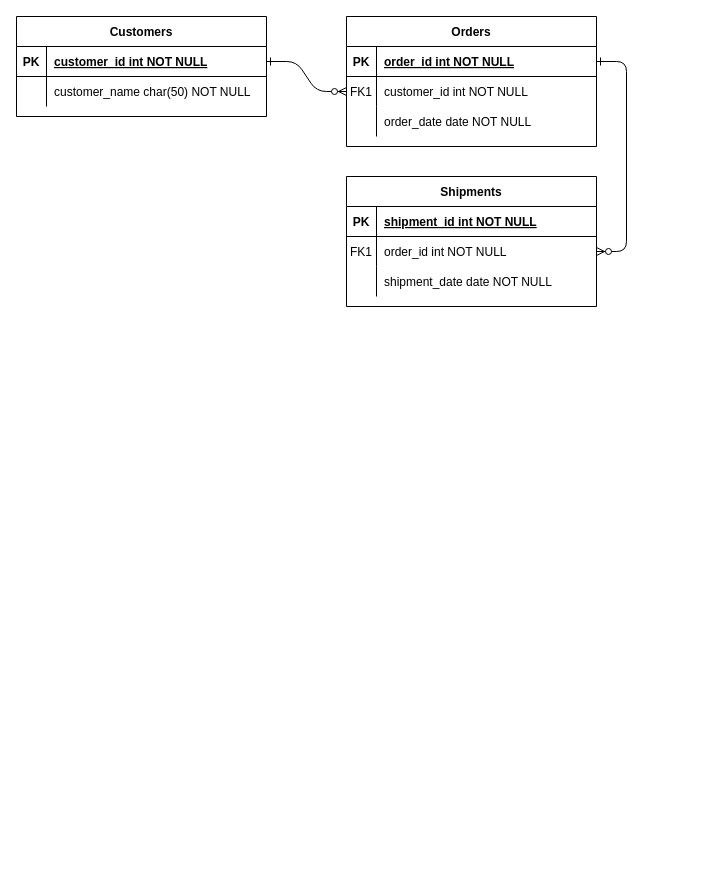
marcosrib/Digrama-entidade-samp-storage keeps this draw.io diagram as Untitled Diagram.drawio. Above is the earlier version. Source tidied: cells renumbered, new cells numbered last; positions are measured from the earlier drawing's top-left corner, leaving out a move shared by most shapes. Both pictures are drawn from the tidied source at 100%, with x=0, y=0 at pixel (16, 16).
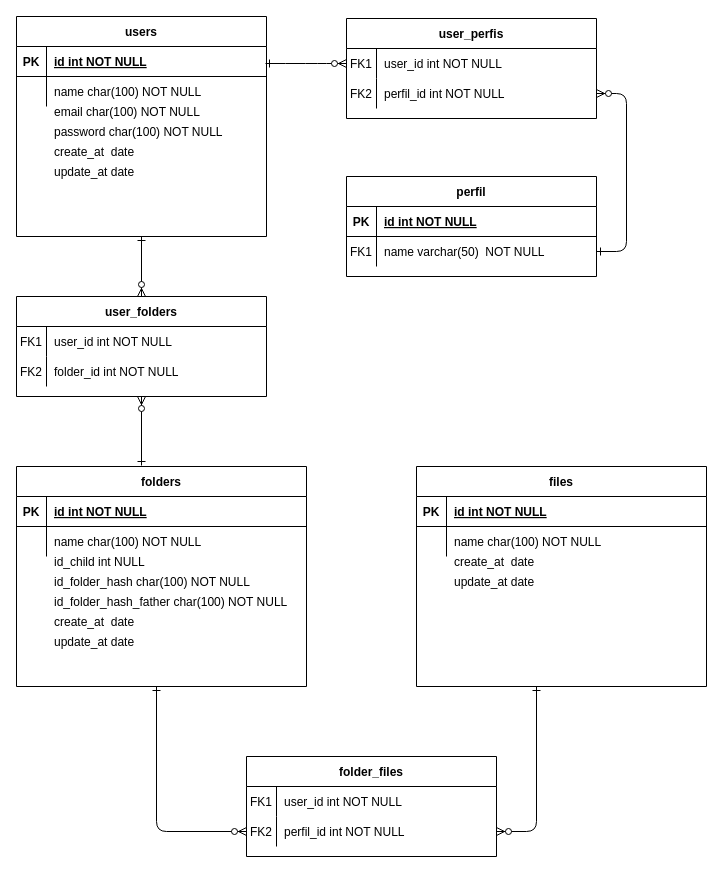
Above is the later version.

The change refers to these unchanged cells:
```xml
<mxCell id="15" style="shape=partialRectangle;fillColor=none;top=0;left=0;right=0;bottom=1;" parent="14" vertex="1">
  <mxGeometry y="30" width="250" height="30" as="geometry" />
</mxCell>
<mxCell id="18" style="shape=partialRectangle;fillColor=none;points=[[0,0.5],[1,0.5]];portConstraint=eastwest;top=0;left=0;right=0;bottom=0;" parent="14" vertex="1">
  <mxGeometry y="60" width="250" height="30" as="geometry" />
</mxCell>
<mxCell id="25" style="shape=partialRectangle;fillColor=none;points=[[0,0.5],[1,0.5]];portConstraint=eastwest;top=0;left=0;right=0;bottom=1;" parent="24" vertex="1">
  <mxGeometry y="30" width="250" height="30" as="geometry" />
</mxCell>
<mxCell id="28" style="shape=partialRectangle;fillColor=none;top=0;left=0;right=0;bottom=0;" parent="24" vertex="1">
  <mxGeometry y="60" width="250" height="30" as="geometry" />
</mxCell>
```

Change to the diagram source:
```diff
@@
-    <mxCell id="2" style="edgeStyle=entityRelationEdgeStyle;endArrow=ERzeroToMany;startArrow=ERone;endFill=1;startFill=0;" parent="1" edge="1" source="25" target="8">
-      <mxGeometry relative="1" as="geometry" />
+    <mxCell id="2" style="edgeStyle=entityRelationEdgeStyle;endArrow=ERzeroToMany;startArrow=ERone;endFill=1;startFill=0;entryX=0;entryY=0.5;entryDx=0;entryDy=0;" parent="1" edge="1" target="8">
+      <mxGeometry relative="1" as="geometry">
+        <mxPoint x="249" y="47" as="sourcePoint" />
+      </mxGeometry>
     </mxCell>
-    <mxCell id="3" style="edgeStyle=entityRelationEdgeStyle;endArrow=ERzeroToMany;startArrow=ERone;endFill=1;startFill=0;" parent="1" edge="1" source="5" target="18">
-      <mxGeometry relative="1" as="geometry" />
-    </mxCell>
-    <mxCell id="4" value="Orders" style="shape=table;startSize=30;childLayout=tableLayout;rowLines=0;fontStyle=1;align=center;" parent="1" vertex="1">
-      <mxGeometry x="330" width="250" height="130" as="geometry" />
+    <mxCell id="4" value="user_perfis" style="shape=table;startSize=30;childLayout=tableLayout;rowLines=0;fontStyle=1;align=center;" parent="1" vertex="1">
+      <mxGeometry x="330" y="2" width="250" height="100" as="geometry" />
     </mxCell>
-    <mxCell id="5" style="shape=partialRectangle;fillColor=none;points=[[0,0.5],[1,0.5]];portConstraint=eastwest;top=0;left=0;right=0;bottom=1;" parent="4" vertex="1">
-      <mxGeometry y="30" width="250" height="30" as="geometry" />
-    </mxCell>
-    <mxCell id="6" value="PK" style="shape=partialRectangle;overflow=hidden;fillColor=none;top=0;left=0;bottom=0;right=0;fontStyle=1;" parent="5" vertex="1">
-      <mxGeometry width="30" height="30" as="geometry" />
-    </mxCell>
-    <mxCell id="7" value="order_id int NOT NULL " style="shape=partialRectangle;overflow=hidden;fillColor=none;top=0;left=0;bottom=0;right=0;align=left;spacingLeft=6;fontStyle=5;" parent="5" vertex="1">
-      <mxGeometry x="30" width="220" height="30" as="geometry" />
-    </mxCell>
     <mxCell id="8" style="shape=partialRectangle;fillColor=none;points=[[0,0.5],[1,0.5]];portConstraint=eastwest;top=0;left=0;right=0;bottom=0;" parent="4" vertex="1">
-      <mxGeometry y="60" width="250" height="30" as="geometry" />
+      <mxGeometry y="30" width="250" height="30" as="geometry" />
     </mxCell>
@@
-    <mxCell id="10" value="customer_id int NOT NULL" style="shape=partialRectangle;overflow=hidden;fillColor=none;top=0;left=0;bottom=0;right=0;align=left;spacingLeft=6;" parent="8" vertex="1">
+    <mxCell id="10" value="user_id int NOT NULL" style="shape=partialRectangle;overflow=hidden;fillColor=none;top=0;left=0;bottom=0;right=0;align=left;spacingLeft=6;" parent="8" vertex="1">
       <mxGeometry x="30" width="220" height="30" as="geometry" />
     </mxCell>
     <mxCell id="11" style="shape=partialRectangle;fillColor=none;points=[[0,0.5],[1,0.5]];portConstraint=eastwest;top=0;left=0;right=0;bottom=0;" parent="4" vertex="1">
-      <mxGeometry y="90" width="250" height="30" as="geometry" />
+      <mxGeometry y="60" width="250" height="30" as="geometry" />
     </mxCell>
-    <mxCell id="12" style="shape=partialRectangle;overflow=hidden;fillColor=none;top=0;left=0;bottom=0;right=0;" parent="11" vertex="1">
+    <mxCell id="12" value="FK2" style="shape=partialRectangle;overflow=hidden;fillColor=none;top=0;left=0;bottom=0;right=0;" parent="11" vertex="1">
       <mxGeometry width="30" height="30" as="geometry" />
     </mxCell>
-    <mxCell id="13" value="order_date date NOT NULL" style="shape=partialRectangle;overflow=hidden;fillColor=none;top=0;left=0;bottom=0;right=0;align=left;spacingLeft=6;" parent="11" vertex="1">
+    <mxCell id="13" value="perfil_id int NOT NULL" style="shape=partialRectangle;overflow=hidden;fillColor=none;top=0;left=0;bottom=0;right=0;align=left;spacingLeft=6;" parent="11" vertex="1">
       <mxGeometry x="30" width="220" height="30" as="geometry" />
     </mxCell>
-    <mxCell id="14" value="Shipments" style="shape=table;startSize=30;childLayout=tableLayout;rowLines=0;fontStyle=1;align=center;" parent="1" vertex="1">
-      <mxGeometry x="330" y="160" width="250" height="130" as="geometry" />
+    <mxCell id="14" value="perfil" style="shape=table;startSize=30;childLayout=tableLayout;rowLines=0;fontStyle=1;align=center;" parent="1" vertex="1">
+      <mxGeometry x="330" y="160" width="250" height="100" as="geometry" />
     </mxCell>
@@
-    <mxCell id="17" value="shipment_id int NOT NULL " style="shape=partialRectangle;overflow=hidden;fillColor=none;top=0;left=0;bottom=0;right=0;align=left;spacingLeft=6;fontStyle=5;" parent="15" vertex="1">
+    <mxCell id="17" value="id int NOT NULL " style="shape=partialRectangle;overflow=hidden;fillColor=none;top=0;left=0;bottom=0;right=0;align=left;spacingLeft=6;fontStyle=5;" parent="15" vertex="1">
       <mxGeometry x="30" width="220" height="30" as="geometry" />
     </mxCell>
@@
-    <mxCell id="20" value="order_id int NOT NULL" style="shape=partialRectangle;overflow=hidden;fillColor=none;top=0;left=0;bottom=0;right=0;align=left;spacingLeft=6;" parent="18" vertex="1">
+    <mxCell id="20" value="name varchar(50)  NOT NULL" style="shape=partialRectangle;overflow=hidden;fillColor=none;top=0;left=0;bottom=0;right=0;align=left;spacingLeft=6;" parent="18" vertex="1">
       <mxGeometry x="30" width="220" height="30" as="geometry" />
     </mxCell>
-    <mxCell id="21" style="shape=partialRectangle;fillColor=none;top=0;left=0;right=0;bottom=0;" parent="14" vertex="1">
-      <mxGeometry y="90" width="250" height="30" as="geometry" />
-    </mxCell>
-    <mxCell id="22" style="shape=partialRectangle;overflow=hidden;fillColor=none;top=0;left=0;bottom=0;right=0;" parent="21" vertex="1">
-      <mxGeometry width="30" height="30" as="geometry" />
-    </mxCell>
-    <mxCell id="23" value="shipment_date date NOT NULL" style="shape=partialRectangle;overflow=hidden;fillColor=none;top=0;left=0;bottom=0;right=0;align=left;spacingLeft=6;" parent="21" vertex="1">
-      <mxGeometry x="30" width="220" height="30" as="geometry" />
-    </mxCell>
-    <mxCell id="24" value="Customers" style="shape=table;startSize=30;childLayout=tableLayout;rowLines=0;fontStyle=1;align=center;" parent="1" vertex="1">
-      <mxGeometry width="250" height="100" as="geometry" />
+    <mxCell id="24" value="users" style="shape=table;startSize=30;childLayout=tableLayout;rowLines=0;fontStyle=1;align=center;" parent="1" vertex="1">
+      <mxGeometry width="250" height="220" as="geometry" />
     </mxCell>
@@
-    <mxCell id="27" value="customer_id int NOT NULL " style="shape=partialRectangle;overflow=hidden;fillColor=none;top=0;left=0;bottom=0;right=0;align=left;spacingLeft=6;fontStyle=5;" parent="25" vertex="1">
+    <mxCell id="27" value="id int NOT NULL " style="shape=partialRectangle;overflow=hidden;fillColor=none;top=0;left=0;bottom=0;right=0;align=left;spacingLeft=6;fontStyle=5;" parent="25" vertex="1">
       <mxGeometry x="30" width="220" height="30" as="geometry" />
     </mxCell>
@@
-    <mxCell id="30" value="customer_name char(50) NOT NULL" style="shape=partialRectangle;overflow=hidden;fillColor=none;top=0;left=0;bottom=0;right=0;align=left;spacingLeft=6;" parent="28" vertex="1">
+    <mxCell id="30" value="name char(100) NOT NULL" style="shape=partialRectangle;overflow=hidden;fillColor=none;top=0;left=0;bottom=0;right=0;align=left;spacingLeft=6;" parent="28" vertex="1">
       <mxGeometry x="30" width="220" height="30" as="geometry" />
     </mxCell>
+    <mxCell id="31" value="email char(100) NOT NULL" style="shape=partialRectangle;overflow=hidden;fillColor=none;top=0;left=0;bottom=0;right=0;align=left;spacingLeft=6;" parent="1" vertex="1">
+      <mxGeometry x="30" y="80" width="220" height="30" as="geometry" />
+    </mxCell>
+    <mxCell id="32" value="password char(100) NOT NULL" style="shape=partialRectangle;overflow=hidden;fillColor=none;top=0;left=0;bottom=0;right=0;align=left;spacingLeft=6;" parent="1" vertex="1">
+      <mxGeometry x="30" y="100" width="220" height="30" as="geometry" />
+    </mxCell>
+    <mxCell id="33" value="update_at date" style="shape=partialRectangle;overflow=hidden;fillColor=none;top=0;left=0;bottom=0;right=0;align=left;spacingLeft=6;" parent="1" vertex="1">
+      <mxGeometry x="30" y="140" width="220" height="30" as="geometry" />
+    </mxCell>
+    <mxCell id="34" value="create_at  date" style="shape=partialRectangle;overflow=hidden;fillColor=none;top=0;left=0;bottom=0;right=0;align=left;spacingLeft=6;" parent="1" vertex="1">
+      <mxGeometry x="30" y="120" width="220" height="30" as="geometry" />
+    </mxCell>
+    <mxCell id="3" style="edgeStyle=entityRelationEdgeStyle;endArrow=ERzeroToMany;startArrow=ERone;endFill=1;startFill=0;entryX=1;entryY=0.5;entryDx=0;entryDy=0;exitX=1;exitY=0.5;exitDx=0;exitDy=0;" parent="1" edge="1" source="18" target="11">
+      <mxGeometry relative="1" as="geometry" />
+    </mxCell>
+    <mxCell id="35" value="folders" style="shape=table;startSize=30;childLayout=tableLayout;rowLines=0;fontStyle=1;align=center;" parent="1" vertex="1">
+      <mxGeometry y="450" width="290" height="220" as="geometry" />
+    </mxCell>
+    <mxCell id="36" style="shape=partialRectangle;fillColor=none;top=0;left=0;right=0;bottom=1;" parent="35" vertex="1">
+      <mxGeometry y="30" width="290" height="30" as="geometry" />
+    </mxCell>
+    <mxCell id="37" value="PK" style="shape=partialRectangle;overflow=hidden;fillColor=none;top=0;left=0;bottom=0;right=0;fontStyle=1;" parent="36" vertex="1">
+      <mxGeometry width="30" height="30" as="geometry" />
+    </mxCell>
+    <mxCell id="38" value="id int NOT NULL " style="shape=partialRectangle;overflow=hidden;fillColor=none;top=0;left=0;bottom=0;right=0;align=left;spacingLeft=6;fontStyle=5;" parent="36" vertex="1">
+      <mxGeometry x="30" width="260" height="30" as="geometry" />
+    </mxCell>
+    <mxCell id="39" style="shape=partialRectangle;fillColor=none;top=0;left=0;right=0;bottom=0;" parent="35" vertex="1">
+      <mxGeometry y="60" width="290" height="30" as="geometry" />
+    </mxCell>
+    <mxCell id="40" style="shape=partialRectangle;overflow=hidden;fillColor=none;top=0;left=0;bottom=0;right=0;" parent="39" vertex="1">
+      <mxGeometry width="30" height="30" as="geometry" />
+    </mxCell>
+    <mxCell id="41" value="name char(100) NOT NULL" style="shape=partialRectangle;overflow=hidden;fillColor=none;top=0;left=0;bottom=0;right=0;align=left;spacingLeft=6;" parent="39" vertex="1">
+      <mxGeometry x="30" width="260" height="30" as="geometry" />
+    </mxCell>
+    <mxCell id="42" value="id_child int NULL" style="shape=partialRectangle;overflow=hidden;fillColor=none;top=0;left=0;bottom=0;right=0;align=left;spacingLeft=6;" parent="1" vertex="1">
+      <mxGeometry x="30" y="530" width="220" height="30" as="geometry" />
+    </mxCell>
+    <mxCell id="43" value="id_folder_hash char(100) NOT NULL" style="shape=partialRectangle;overflow=hidden;fillColor=none;top=0;left=0;bottom=0;right=0;align=left;spacingLeft=6;" parent="1" vertex="1">
+      <mxGeometry x="30" y="550" width="220" height="30" as="geometry" />
+    </mxCell>
+    <mxCell id="44" value="update_at date" style="shape=partialRectangle;overflow=hidden;fillColor=none;top=0;left=0;bottom=0;right=0;align=left;spacingLeft=6;" parent="1" vertex="1">
+      <mxGeometry x="30" y="610" width="240" height="30" as="geometry" />
+    </mxCell>
+    <mxCell id="45" value="create_at  date" style="shape=partialRectangle;overflow=hidden;fillColor=none;top=0;left=0;bottom=0;right=0;align=left;spacingLeft=6;" parent="1" vertex="1">
+      <mxGeometry x="30" y="590" width="220" height="30" as="geometry" />
+    </mxCell>
+    <mxCell id="46" value="id_folder_hash_father char(100) NOT NULL" style="shape=partialRectangle;overflow=hidden;fillColor=none;top=0;left=0;bottom=0;right=0;align=left;spacingLeft=6;" parent="1" vertex="1">
+      <mxGeometry x="30" y="570" width="250" height="30" as="geometry" />
+    </mxCell>
+    <mxCell id="47" value="user_folders" style="shape=table;startSize=30;childLayout=tableLayout;rowLines=0;fontStyle=1;align=center;" parent="1" vertex="1">
+      <mxGeometry y="280" width="250" height="100" as="geometry" />
+    </mxCell>
+    <mxCell id="48" style="shape=partialRectangle;fillColor=none;top=0;left=0;right=0;bottom=0;" parent="47" vertex="1">
+      <mxGeometry y="30" width="250" height="30" as="geometry" />
+    </mxCell>
+    <mxCell id="49" value="FK1" style="shape=partialRectangle;overflow=hidden;fillColor=none;top=0;left=0;bottom=0;right=0;" parent="48" vertex="1">
+      <mxGeometry width="30" height="30" as="geometry" />
+    </mxCell>
+    <mxCell id="50" value="user_id int NOT NULL" style="shape=partialRectangle;overflow=hidden;fillColor=none;top=0;left=0;bottom=0;right=0;align=left;spacingLeft=6;" parent="48" vertex="1">
+      <mxGeometry x="30" width="220" height="30" as="geometry" />
+    </mxCell>
+    <mxCell id="51" style="shape=partialRectangle;fillColor=none;top=0;left=0;right=0;bottom=0;" parent="47" vertex="1">
+      <mxGeometry y="60" width="250" height="30" as="geometry" />
+    </mxCell>
+    <mxCell id="52" value="FK2" style="shape=partialRectangle;overflow=hidden;fillColor=none;top=0;left=0;bottom=0;right=0;" parent="51" vertex="1">
+      <mxGeometry width="30" height="30" as="geometry" />
+    </mxCell>
+    <mxCell id="53" value="folder_id int NOT NULL" style="shape=partialRectangle;overflow=hidden;fillColor=none;top=0;left=0;bottom=0;right=0;align=left;spacingLeft=6;" parent="51" vertex="1">
+      <mxGeometry x="30" width="220" height="30" as="geometry" />
+    </mxCell>
+    <mxCell id="54" style="endArrow=ERzeroToMany;startArrow=ERone;endFill=1;startFill=0;entryX=0.5;entryY=0;entryDx=0;entryDy=0;exitX=0.5;exitY=1;exitDx=0;exitDy=0;" parent="1" edge="1" source="24" target="47">
+      <mxGeometry relative="1" as="geometry" />
+    </mxCell>
+    <mxCell id="55" style="endArrow=ERzeroToMany;startArrow=ERone;endFill=1;startFill=0;entryX=0.5;entryY=1;entryDx=0;entryDy=0;" parent="1" edge="1" target="47">
+      <mxGeometry relative="1" as="geometry">
+        <mxPoint x="125" y="449" as="sourcePoint" />
+      </mxGeometry>
+    </mxCell>
+    <mxCell id="56" value="files" style="shape=table;startSize=30;childLayout=tableLayout;rowLines=0;fontStyle=1;align=center;" parent="1" vertex="1">
+      <mxGeometry x="400" y="450" width="290" height="220" as="geometry" />
+    </mxCell>
+    <mxCell id="57" style="shape=partialRectangle;fillColor=none;top=0;left=0;right=0;bottom=1;" parent="56" vertex="1">
+      <mxGeometry y="30" width="290" height="30" as="geometry" />
+    </mxCell>
+    <mxCell id="58" value="PK" style="shape=partialRectangle;overflow=hidden;fillColor=none;top=0;left=0;bottom=0;right=0;fontStyle=1;" parent="57" vertex="1">
+      <mxGeometry width="30" height="30" as="geometry" />
+    </mxCell>
+    <mxCell id="59" value="id int NOT NULL " style="shape=partialRectangle;overflow=hidden;fillColor=none;top=0;left=0;bottom=0;right=0;align=left;spacingLeft=6;fontStyle=5;" parent="57" vertex="1">
+      <mxGeometry x="30" width="260" height="30" as="geometry" />
+    </mxCell>
+    <mxCell id="60" style="shape=partialRectangle;fillColor=none;top=0;left=0;right=0;bottom=0;" parent="56" vertex="1">
+      <mxGeometry y="60" width="290" height="30" as="geometry" />
+    </mxCell>
+    <mxCell id="61" style="shape=partialRectangle;overflow=hidden;fillColor=none;top=0;left=0;bottom=0;right=0;" parent="60" vertex="1">
+      <mxGeometry width="30" height="30" as="geometry" />
+    </mxCell>
+    <mxCell id="62" value="name char(100) NOT NULL" style="shape=partialRectangle;overflow=hidden;fillColor=none;top=0;left=0;bottom=0;right=0;align=left;spacingLeft=6;" parent="60" vertex="1">
+      <mxGeometry x="30" width="260" height="30" as="geometry" />
+    </mxCell>
+    <mxCell id="63" value="create_at  date" style="shape=partialRectangle;overflow=hidden;fillColor=none;top=0;left=0;bottom=0;right=0;align=left;spacingLeft=6;" parent="1" vertex="1">
+      <mxGeometry x="430" y="530" width="220" height="30" as="geometry" />
+    </mxCell>
+    <mxCell id="64" value="update_at date" style="shape=partialRectangle;overflow=hidden;fillColor=none;top=0;left=0;bottom=0;right=0;align=left;spacingLeft=6;" parent="1" vertex="1">
+      <mxGeometry x="430" y="550" width="240" height="30" as="geometry" />
+    </mxCell>
+    <mxCell id="65" value="folder_files" style="shape=table;startSize=30;childLayout=tableLayout;rowLines=0;fontStyle=1;align=center;" parent="1" vertex="1">
+      <mxGeometry x="230" y="740" width="250" height="100" as="geometry" />
+    </mxCell>
+    <mxCell id="66" style="shape=partialRectangle;fillColor=none;top=0;left=0;right=0;bottom=0;" parent="65" vertex="1">
+      <mxGeometry y="30" width="250" height="30" as="geometry" />
+    </mxCell>
+    <mxCell id="67" value="FK1" style="shape=partialRectangle;overflow=hidden;fillColor=none;top=0;left=0;bottom=0;right=0;" parent="66" vertex="1">
+      <mxGeometry width="30" height="30" as="geometry" />
+    </mxCell>
+    <mxCell id="68" value="user_id int NOT NULL" style="shape=partialRectangle;overflow=hidden;fillColor=none;top=0;left=0;bottom=0;right=0;align=left;spacingLeft=6;" parent="66" vertex="1">
+      <mxGeometry x="30" width="220" height="30" as="geometry" />
+    </mxCell>
+    <mxCell id="69" style="shape=partialRectangle;fillColor=none;points=[[0,0.5],[1,0.5]];portConstraint=eastwest;top=0;left=0;right=0;bottom=0;" parent="65" vertex="1">
+      <mxGeometry y="60" width="250" height="30" as="geometry" />
+    </mxCell>
+    <mxCell id="70" value="FK2" style="shape=partialRectangle;overflow=hidden;fillColor=none;top=0;left=0;bottom=0;right=0;" parent="69" vertex="1">
+      <mxGeometry width="30" height="30" as="geometry" />
+    </mxCell>
+    <mxCell id="71" value="perfil_id int NOT NULL" style="shape=partialRectangle;overflow=hidden;fillColor=none;top=0;left=0;bottom=0;right=0;align=left;spacingLeft=6;" parent="69" vertex="1">
+      <mxGeometry x="30" width="220" height="30" as="geometry" />
+    </mxCell>
+    <mxCell id="72" style="edgeStyle=orthogonalEdgeStyle;endArrow=ERzeroToMany;startArrow=ERone;endFill=1;startFill=0;entryX=1;entryY=0.5;entryDx=0;entryDy=0;" parent="1" edge="1" target="69">
+      <mxGeometry relative="1" as="geometry">
+        <mxPoint x="520" y="670" as="sourcePoint" />
+        <Array as="points">
+          <mxPoint x="520" y="815" />
+        </Array>
+      </mxGeometry>
+    </mxCell>
+    <mxCell id="73" style="edgeStyle=orthogonalEdgeStyle;endArrow=ERzeroToMany;startArrow=ERone;endFill=1;startFill=0;" parent="1" edge="1">
+      <mxGeometry relative="1" as="geometry">
+        <mxPoint x="140" y="670" as="sourcePoint" />
+        <mxPoint x="230" y="815" as="targetPoint" />
+        <Array as="points">
+          <mxPoint x="140" y="815" />
+        </Array>
+      </mxGeometry>
+    </mxCell>
```
